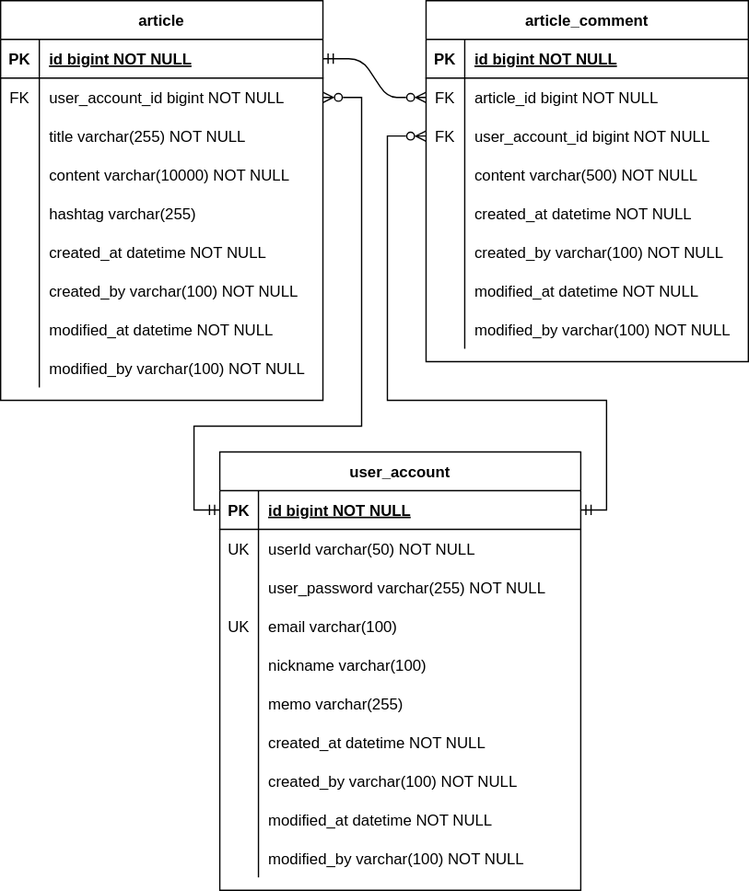
Above: document/fc-board-erd.svg in bookpark/fc-board (draw.io), before the change. Source tidied: cells renumbered, new cells last; positions are measured from the earlier drawing's top-left corner, leaving out a move shared by most shapes.
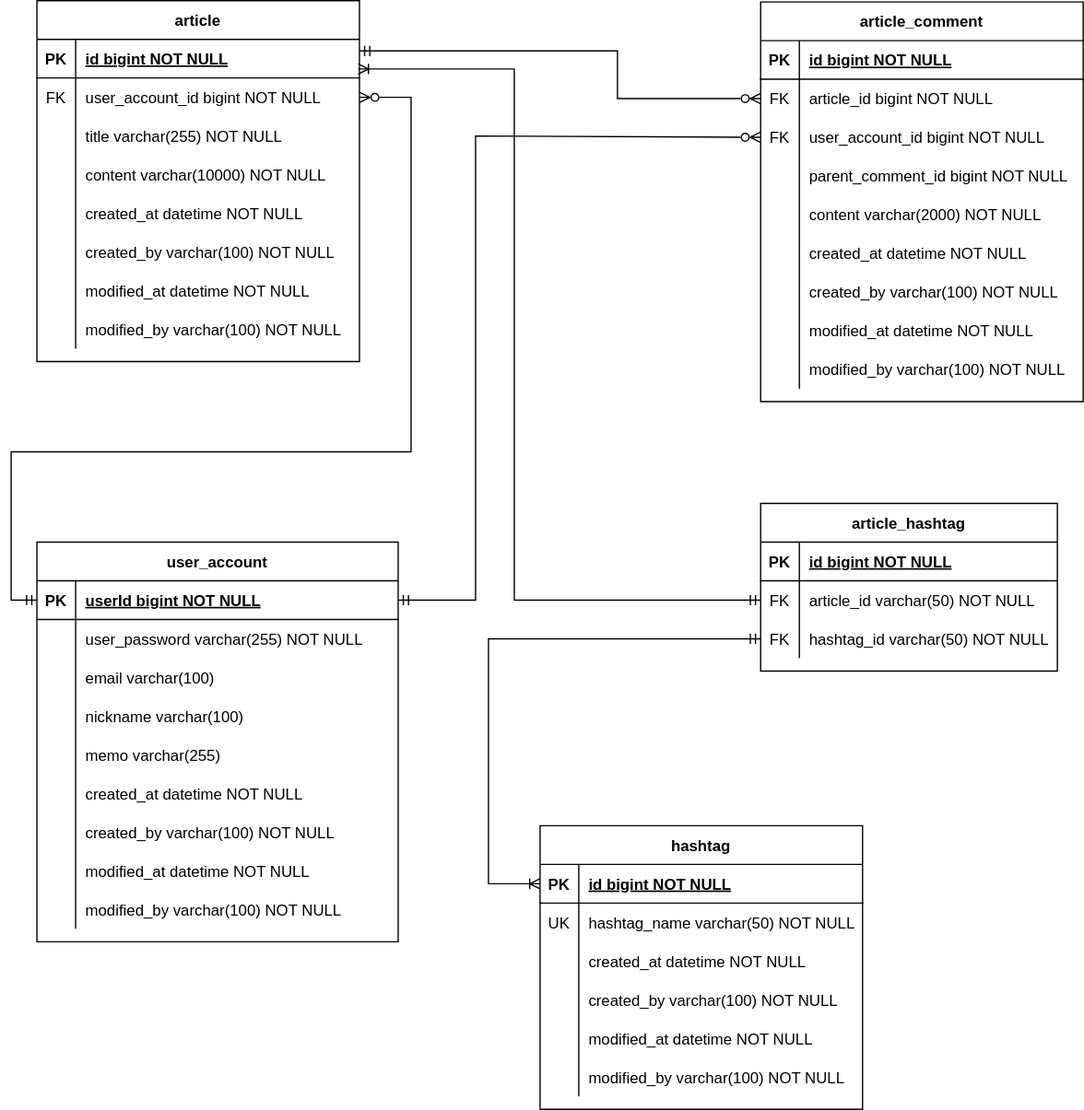
Above is the later version.

Commit message:
#58 - fc-board-erd.svg 업데이트: 대댓글, 해시태그

What changed in the source:
```diff
@@ -4,7 +4,12 @@
     <mxCell id="1" parent="0" />
-    <mxCell id="2" style="edgeStyle=entityRelationEdgeStyle;endArrow=ERzeroToMany;startArrow=ERmandOne;endFill=0;startFill=0;" parent="1" edge="1" source="29" target="7">
-      <mxGeometry relative="1" as="geometry" />
+    <mxCell id="2" style="endArrow=ERzeroToMany;startArrow=ERmandOne;endFill=0;startFill=0;edgeStyle=orthogonalEdgeStyle;rounded=0;exitX=1;exitY=0.3;exitDx=0;exitDy=0;exitPerimeter=0;" parent="1" edge="1" source="29" target="7">
+      <mxGeometry relative="1" as="geometry">
+        <Array as="points">
+          <mxPoint x="360" y="39" />
+          <mxPoint x="360" y="76" />
+        </Array>
+      </mxGeometry>
     </mxCell>
     <mxCell id="3" value="article_comment" style="shape=table;startSize=30;rowLines=0;fontStyle=1;align=center;" parent="1" vertex="1">
-      <mxGeometry x="330" width="250" height="280" as="geometry" />
+      <mxGeometry x="471" y="1" width="250" height="310" as="geometry" />
     </mxCell>
@@ -37,4 +42,13 @@
     </mxCell>
+    <mxCell id="89" style="shape=partialRectangle;fillColor=none;top=0;left=0;right=0;bottom=0;" parent="3" vertex="1">
+      <mxGeometry y="120" width="250" height="30" as="geometry" />
+    </mxCell>
+    <mxCell id="90" style="shape=partialRectangle;overflow=hidden;fillColor=none;top=0;left=0;bottom=0;right=0;" parent="89" vertex="1">
+      <mxGeometry width="30" height="30" as="geometry" />
+    </mxCell>
+    <mxCell id="91" value="parent_comment_id bigint NOT NULL" style="shape=partialRectangle;overflow=hidden;fillColor=none;top=0;left=0;bottom=0;right=0;align=left;spacingLeft=6;" parent="89" vertex="1">
+      <mxGeometry x="30" width="220" height="30" as="geometry" />
+    </mxCell>
     <mxCell id="13" style="shape=partialRectangle;fillColor=none;top=0;left=0;right=0;bottom=0;" parent="3" vertex="1">
-      <mxGeometry y="120" width="250" height="30" as="geometry" />
+      <mxGeometry y="150" width="250" height="30" as="geometry" />
     </mxCell>
@@ -43,3 +57,3 @@
     </mxCell>
-    <mxCell id="15" value="content varchar(500) NOT NULL" style="shape=partialRectangle;overflow=hidden;fillColor=none;top=0;left=0;bottom=0;right=0;align=left;spacingLeft=6;" parent="13" vertex="1">
+    <mxCell id="15" value="content varchar(2000) NOT NULL" style="shape=partialRectangle;overflow=hidden;fillColor=none;top=0;left=0;bottom=0;right=0;align=left;spacingLeft=6;" parent="13" vertex="1">
       <mxGeometry x="30" width="220" height="30" as="geometry" />
@@ -47,3 +61,3 @@
     <mxCell id="16" style="shape=partialRectangle;fillColor=none;top=0;left=0;right=0;bottom=0;" parent="3" vertex="1">
-      <mxGeometry y="150" width="250" height="30" as="geometry" />
+      <mxGeometry y="180" width="250" height="30" as="geometry" />
     </mxCell>
@@ -56,3 +70,3 @@
     <mxCell id="19" style="shape=partialRectangle;fillColor=none;top=0;left=0;right=0;bottom=0;" parent="3" vertex="1">
-      <mxGeometry y="180" width="250" height="30" as="geometry" />
+      <mxGeometry y="210" width="250" height="30" as="geometry" />
     </mxCell>
@@ -65,3 +79,3 @@
     <mxCell id="22" style="shape=partialRectangle;fillColor=none;top=0;left=0;right=0;bottom=0;" parent="3" vertex="1">
-      <mxGeometry y="210" width="250" height="30" as="geometry" />
+      <mxGeometry y="240" width="250" height="30" as="geometry" />
     </mxCell>
@@ -74,3 +88,3 @@
     <mxCell id="25" style="shape=partialRectangle;fillColor=none;top=0;left=0;right=0;bottom=0;" parent="3" vertex="1">
-      <mxGeometry y="240" width="250" height="30" as="geometry" />
+      <mxGeometry y="270" width="250" height="30" as="geometry" />
     </mxCell>
@@ -83,3 +97,3 @@
     <mxCell id="28" value="article" style="shape=table;startSize=30;rowLines=0;fontStyle=1;align=center;" parent="1" vertex="1">
-      <mxGeometry width="250" height="310" as="geometry" />
+      <mxGeometry x="-90" width="250" height="280" as="geometry" />
     </mxCell>
@@ -121,13 +135,4 @@
     </mxCell>
-    <mxCell id="41" style="shape=partialRectangle;fillColor=none;top=0;left=0;right=0;bottom=0;" parent="28" vertex="1">
-      <mxGeometry y="150" width="250" height="30" as="geometry" />
-    </mxCell>
-    <mxCell id="42" style="shape=partialRectangle;overflow=hidden;fillColor=none;top=0;left=0;bottom=0;right=0;" parent="41" vertex="1">
-      <mxGeometry width="30" height="30" as="geometry" />
-    </mxCell>
-    <mxCell id="43" value="hashtag varchar(255)" style="shape=partialRectangle;overflow=hidden;fillColor=none;top=0;left=0;bottom=0;right=0;align=left;spacingLeft=6;" parent="41" vertex="1">
-      <mxGeometry x="30" width="220" height="30" as="geometry" />
-    </mxCell>
     <mxCell id="44" style="shape=partialRectangle;fillColor=none;top=0;left=0;right=0;bottom=0;" parent="28" vertex="1">
-      <mxGeometry y="180" width="250" height="30" as="geometry" />
+      <mxGeometry y="150" width="250" height="30" as="geometry" />
     </mxCell>
@@ -140,3 +145,3 @@
     <mxCell id="47" style="shape=partialRectangle;fillColor=none;top=0;left=0;right=0;bottom=0;" parent="28" vertex="1">
-      <mxGeometry y="210" width="250" height="30" as="geometry" />
+      <mxGeometry y="180" width="250" height="30" as="geometry" />
     </mxCell>
@@ -149,3 +154,3 @@
     <mxCell id="50" style="shape=partialRectangle;fillColor=none;top=0;left=0;right=0;bottom=0;" parent="28" vertex="1">
-      <mxGeometry y="240" width="250" height="30" as="geometry" />
+      <mxGeometry y="210" width="250" height="30" as="geometry" />
     </mxCell>
@@ -158,3 +163,3 @@
     <mxCell id="53" style="shape=partialRectangle;fillColor=none;top=0;left=0;right=0;bottom=0;" parent="28" vertex="1">
-      <mxGeometry y="270" width="250" height="30" as="geometry" />
+      <mxGeometry y="240" width="250" height="30" as="geometry" />
     </mxCell>
@@ -167,3 +172,3 @@
     <mxCell id="56" value="user_account" style="shape=table;startSize=30;rowLines=0;fontStyle=1;align=center;" parent="1" vertex="1">
-      <mxGeometry x="170" y="350" width="280" height="340" as="geometry" />
+      <mxGeometry x="-90" y="420" width="280" height="310" as="geometry" />
     </mxCell>
@@ -175,16 +180,7 @@
     </mxCell>
-    <mxCell id="59" value="id bigint NOT NULL" style="shape=partialRectangle;overflow=hidden;fillColor=none;top=0;left=0;bottom=0;right=0;align=left;spacingLeft=6;fontStyle=5;" parent="57" vertex="1">
+    <mxCell id="59" value="userId bigint NOT NULL" style="shape=partialRectangle;overflow=hidden;fillColor=none;top=0;left=0;bottom=0;right=0;align=left;spacingLeft=6;fontStyle=5;" parent="57" vertex="1">
       <mxGeometry x="30" width="250" height="30" as="geometry" />
     </mxCell>
-    <mxCell id="60" style="shape=partialRectangle;fillColor=none;top=0;left=0;right=0;bottom=0;" parent="56" vertex="1">
-      <mxGeometry y="60" width="280" height="30" as="geometry" />
-    </mxCell>
-    <mxCell id="61" value="UK" style="shape=partialRectangle;overflow=hidden;fillColor=none;top=0;left=0;bottom=0;right=0;" parent="60" vertex="1">
-      <mxGeometry width="30" height="30" as="geometry" />
-    </mxCell>
-    <mxCell id="62" value="userId varchar(50) NOT NULL" style="shape=partialRectangle;overflow=hidden;fillColor=none;top=0;left=0;bottom=0;right=0;align=left;spacingLeft=6;" parent="60" vertex="1">
-      <mxGeometry x="30" width="250" height="30" as="geometry" />
-    </mxCell>
     <mxCell id="63" style="shape=partialRectangle;fillColor=none;top=0;left=0;right=0;bottom=0;" parent="56" vertex="1">
-      <mxGeometry y="90" width="280" height="30" as="geometry" />
+      <mxGeometry y="60" width="280" height="30" as="geometry" />
     </mxCell>
@@ -197,5 +193,5 @@
     <mxCell id="66" style="shape=partialRectangle;fillColor=none;top=0;left=0;right=0;bottom=0;" parent="56" vertex="1">
-      <mxGeometry y="120" width="280" height="30" as="geometry" />
+      <mxGeometry y="90" width="280" height="30" as="geometry" />
     </mxCell>
-    <mxCell id="67" value="UK" style="shape=partialRectangle;overflow=hidden;fillColor=none;top=0;left=0;bottom=0;right=0;" parent="66" vertex="1">
+    <mxCell id="67" style="shape=partialRectangle;overflow=hidden;fillColor=none;top=0;left=0;bottom=0;right=0;" parent="66" vertex="1">
       <mxGeometry width="30" height="30" as="geometry" />
@@ -206,3 +202,3 @@
     <mxCell id="69" style="shape=partialRectangle;fillColor=none;top=0;left=0;right=0;bottom=0;" parent="56" vertex="1">
-      <mxGeometry y="150" width="280" height="30" as="geometry" />
+      <mxGeometry y="120" width="280" height="30" as="geometry" />
     </mxCell>
@@ -215,3 +211,3 @@
     <mxCell id="72" style="shape=partialRectangle;fillColor=none;top=0;left=0;right=0;bottom=0;" parent="56" vertex="1">
-      <mxGeometry y="180" width="280" height="30" as="geometry" />
+      <mxGeometry y="150" width="280" height="30" as="geometry" />
     </mxCell>
@@ -224,3 +220,3 @@
     <mxCell id="75" style="shape=partialRectangle;fillColor=none;top=0;left=0;right=0;bottom=0;" parent="56" vertex="1">
-      <mxGeometry y="210" width="280" height="30" as="geometry" />
+      <mxGeometry y="180" width="280" height="30" as="geometry" />
     </mxCell>
@@ -233,3 +229,3 @@
     <mxCell id="78" style="shape=partialRectangle;fillColor=none;top=0;left=0;right=0;bottom=0;" parent="56" vertex="1">
-      <mxGeometry y="240" width="280" height="30" as="geometry" />
+      <mxGeometry y="210" width="280" height="30" as="geometry" />
     </mxCell>
@@ -242,3 +238,3 @@
     <mxCell id="81" style="shape=partialRectangle;fillColor=none;top=0;left=0;right=0;bottom=0;" parent="56" vertex="1">
-      <mxGeometry y="270" width="280" height="30" as="geometry" />
+      <mxGeometry y="240" width="280" height="30" as="geometry" />
     </mxCell>
@@ -251,3 +247,3 @@
     <mxCell id="84" style="shape=partialRectangle;fillColor=none;top=0;left=0;right=0;bottom=0;" parent="56" vertex="1">
-      <mxGeometry y="300" width="280" height="30" as="geometry" />
+      <mxGeometry y="270" width="280" height="30" as="geometry" />
     </mxCell>
@@ -262,6 +258,4 @@
         <Array as="points">
-          <mxPoint x="470" y="395" />
-          <mxPoint x="470" y="310" />
-          <mxPoint x="300" y="310" />
-          <mxPoint x="300" y="105" />
+          <mxPoint x="250" y="465" />
+          <mxPoint x="250" y="105" />
         </Array>
@@ -272,6 +266,6 @@
         <Array as="points">
-          <mxPoint x="150" y="395" />
-          <mxPoint x="150" y="330" />
-          <mxPoint x="280" y="330" />
-          <mxPoint x="280" y="75" />
+          <mxPoint x="-110" y="465" />
+          <mxPoint x="-110" y="350" />
+          <mxPoint x="200" y="350" />
+          <mxPoint x="200" y="75" />
         </Array>
@@ -279,2 +273,105 @@
     </mxCell>
+    <mxCell id="92" value="article_hashtag" style="shape=table;startSize=30;rowLines=0;fontStyle=1;align=center;" parent="1" vertex="1">
+      <mxGeometry x="471" y="390" width="230" height="130" as="geometry" />
+    </mxCell>
+    <mxCell id="93" style="shape=partialRectangle;fillColor=none;top=0;left=0;right=0;bottom=1;" parent="92" vertex="1">
+      <mxGeometry y="30" width="230" height="30" as="geometry" />
+    </mxCell>
+    <mxCell id="94" value="PK" style="shape=partialRectangle;overflow=hidden;fillColor=none;top=0;left=0;bottom=0;right=0;fontStyle=1;" parent="93" vertex="1">
+      <mxGeometry width="30" height="30" as="geometry" />
+    </mxCell>
+    <mxCell id="95" value="id bigint NOT NULL" style="shape=partialRectangle;overflow=hidden;fillColor=none;top=0;left=0;bottom=0;right=0;align=left;spacingLeft=6;fontStyle=5;" parent="93" vertex="1">
+      <mxGeometry x="30" width="200" height="30" as="geometry" />
+    </mxCell>
+    <mxCell id="96" style="shape=partialRectangle;fillColor=none;points=[[0,0.5],[1,0.5]];portConstraint=eastwest;top=0;left=0;right=0;bottom=0;" parent="92" vertex="1">
+      <mxGeometry y="60" width="230" height="30" as="geometry" />
+    </mxCell>
+    <mxCell id="97" value="FK" style="shape=partialRectangle;overflow=hidden;fillColor=none;top=0;left=0;bottom=0;right=0;" parent="96" vertex="1">
+      <mxGeometry width="30" height="30" as="geometry" />
+    </mxCell>
+    <mxCell id="98" value="article_id varchar(50) NOT NULL" style="shape=partialRectangle;overflow=hidden;fillColor=none;top=0;left=0;bottom=0;right=0;align=left;spacingLeft=6;" parent="96" vertex="1">
+      <mxGeometry x="30" width="200" height="30" as="geometry" />
+    </mxCell>
+    <mxCell id="99" style="shape=partialRectangle;fillColor=none;points=[[0,0.5],[1,0.5]];portConstraint=eastwest;top=0;left=0;right=0;bottom=0;" parent="92" vertex="1">
+      <mxGeometry y="90" width="230" height="30" as="geometry" />
+    </mxCell>
+    <mxCell id="100" value="FK" style="shape=partialRectangle;overflow=hidden;fillColor=none;top=0;left=0;bottom=0;right=0;" parent="99" vertex="1">
+      <mxGeometry width="30" height="30" as="geometry" />
+    </mxCell>
+    <mxCell id="101" value="hashtag_id varchar(50) NOT NULL" style="shape=partialRectangle;overflow=hidden;fillColor=none;top=0;left=0;bottom=0;right=0;align=left;spacingLeft=6;" parent="99" vertex="1">
+      <mxGeometry x="30" width="200" height="30" as="geometry" />
+    </mxCell>
+    <mxCell id="102" value="hashtag" style="shape=table;startSize=30;rowLines=0;fontStyle=1;align=center;" parent="1" vertex="1">
+      <mxGeometry x="300" y="640" width="250" height="220" as="geometry" />
+    </mxCell>
+    <mxCell id="103" style="shape=partialRectangle;fillColor=none;points=[[0,0.5],[1,0.5]];portConstraint=eastwest;top=0;left=0;right=0;bottom=1;" parent="102" vertex="1">
+      <mxGeometry y="30" width="250" height="30" as="geometry" />
+    </mxCell>
+    <mxCell id="104" value="PK" style="shape=partialRectangle;overflow=hidden;fillColor=none;top=0;left=0;bottom=0;right=0;fontStyle=1;" parent="103" vertex="1">
+      <mxGeometry width="30" height="30" as="geometry" />
+    </mxCell>
+    <mxCell id="105" value="id bigint NOT NULL" style="shape=partialRectangle;overflow=hidden;fillColor=none;top=0;left=0;bottom=0;right=0;align=left;spacingLeft=6;fontStyle=5;" parent="103" vertex="1">
+      <mxGeometry x="30" width="220" height="30" as="geometry" />
+    </mxCell>
+    <mxCell id="106" style="shape=partialRectangle;fillColor=none;top=0;left=0;right=0;bottom=0;" parent="102" vertex="1">
+      <mxGeometry y="60" width="250" height="30" as="geometry" />
+    </mxCell>
+    <mxCell id="61" value="UK" style="shape=partialRectangle;overflow=hidden;fillColor=none;top=0;left=0;bottom=0;right=0;" parent="106" vertex="1">
+      <mxGeometry width="30" height="30" as="geometry" />
+    </mxCell>
+    <mxCell id="107" value="hashtag_name varchar(50) NOT NULL" style="shape=partialRectangle;overflow=hidden;fillColor=none;top=0;left=0;bottom=0;right=0;align=left;spacingLeft=6;" parent="106" vertex="1">
+      <mxGeometry x="30" width="220" height="30" as="geometry" />
+    </mxCell>
+    <mxCell id="108" style="shape=partialRectangle;fillColor=none;top=0;left=0;right=0;bottom=0;" parent="102" vertex="1">
+      <mxGeometry y="90" width="250" height="30" as="geometry" />
+    </mxCell>
+    <mxCell id="109" style="shape=partialRectangle;overflow=hidden;fillColor=none;top=0;left=0;bottom=0;right=0;" parent="108" vertex="1">
+      <mxGeometry width="30" height="30" as="geometry" />
+    </mxCell>
+    <mxCell id="110" value="created_at datetime NOT NULL" style="shape=partialRectangle;overflow=hidden;fillColor=none;top=0;left=0;bottom=0;right=0;align=left;spacingLeft=6;" parent="108" vertex="1">
+      <mxGeometry x="30" width="220" height="30" as="geometry" />
+    </mxCell>
+    <mxCell id="111" style="shape=partialRectangle;fillColor=none;top=0;left=0;right=0;bottom=0;" parent="102" vertex="1">
+      <mxGeometry y="120" width="250" height="30" as="geometry" />
+    </mxCell>
+    <mxCell id="112" style="shape=partialRectangle;overflow=hidden;fillColor=none;top=0;left=0;bottom=0;right=0;" parent="111" vertex="1">
+      <mxGeometry width="30" height="30" as="geometry" />
+    </mxCell>
+    <mxCell id="113" value="created_by varchar(100) NOT NULL" style="shape=partialRectangle;overflow=hidden;fillColor=none;top=0;left=0;bottom=0;right=0;align=left;spacingLeft=6;" parent="111" vertex="1">
+      <mxGeometry x="30" width="220" height="30" as="geometry" />
+    </mxCell>
+    <mxCell id="41" style="shape=partialRectangle;fillColor=none;top=0;left=0;right=0;bottom=0;" parent="102" vertex="1">
+      <mxGeometry y="150" width="250" height="30" as="geometry" />
+    </mxCell>
+    <mxCell id="114" style="shape=partialRectangle;overflow=hidden;fillColor=none;top=0;left=0;bottom=0;right=0;" parent="41" vertex="1">
+      <mxGeometry width="30" height="30" as="geometry" />
+    </mxCell>
+    <mxCell id="115" value="modified_at datetime NOT NULL" style="shape=partialRectangle;overflow=hidden;fillColor=none;top=0;left=0;bottom=0;right=0;align=left;spacingLeft=6;" parent="41" vertex="1">
+      <mxGeometry x="30" width="220" height="30" as="geometry" />
+    </mxCell>
+    <mxCell id="116" style="shape=partialRectangle;fillColor=none;top=0;left=0;right=0;bottom=0;" parent="102" vertex="1">
+      <mxGeometry y="180" width="250" height="30" as="geometry" />
+    </mxCell>
+    <mxCell id="117" style="shape=partialRectangle;overflow=hidden;fillColor=none;top=0;left=0;bottom=0;right=0;" parent="116" vertex="1">
+      <mxGeometry width="30" height="30" as="geometry" />
+    </mxCell>
+    <mxCell id="118" value="modified_by varchar(100) NOT NULL" style="shape=partialRectangle;overflow=hidden;fillColor=none;top=0;left=0;bottom=0;right=0;align=left;spacingLeft=6;" parent="116" vertex="1">
+      <mxGeometry x="30" width="220" height="30" as="geometry" />
+    </mxCell>
+    <mxCell id="119" style="endArrow=ERoneToMany;startArrow=ERmandOne;endFill=0;startFill=0;edgeStyle=orthogonalEdgeStyle;rounded=0;exitX=0;exitY=0.5;exitDx=0;exitDy=0;entryX=0;entryY=0.5;entryDx=0;entryDy=0;" parent="1" edge="1" source="99" target="103">
+      <mxGeometry relative="1" as="geometry">
+        <Array as="points">
+          <mxPoint x="260" y="495" />
+          <mxPoint x="260" y="685" />
+        </Array>
+      </mxGeometry>
+    </mxCell>
+    <mxCell id="120" style="endArrow=ERoneToMany;startArrow=ERmandOne;endFill=0;startFill=0;edgeStyle=orthogonalEdgeStyle;rounded=0;exitX=0;exitY=0.5;exitDx=0;exitDy=0;entryX=0.996;entryY=0.767;entryDx=0;entryDy=0;entryPerimeter=0;" parent="1" edge="1" source="96" target="29">
+      <mxGeometry relative="1" as="geometry">
+        <Array as="points">
+          <mxPoint x="280" y="465" />
+          <mxPoint x="280" y="53" />
+        </Array>
+      </mxGeometry>
+    </mxCell>
   </root>
```
